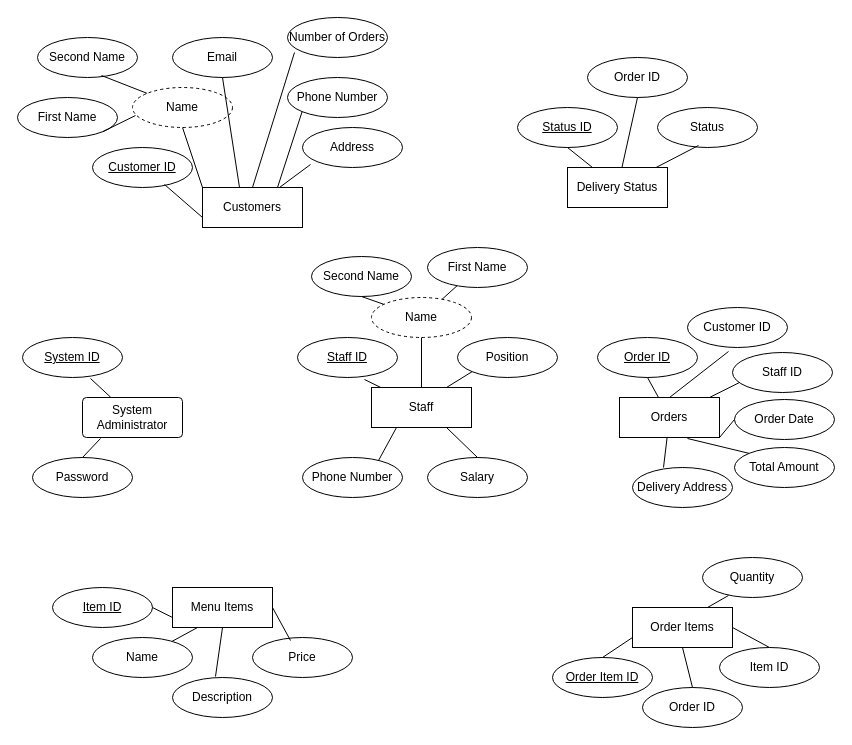
Above: ER3.drawio in RitabrataDas343/Draw-ER (draw.io), before the change. Source tidied: cells renumbered, new cells numbered last; positions are measured from the earlier drawing's top-left corner, leaving out a move shared by most shapes. Both pictures are drawn from the tidied source at 100%, with x=0, y=0 at pixel (17, 17).
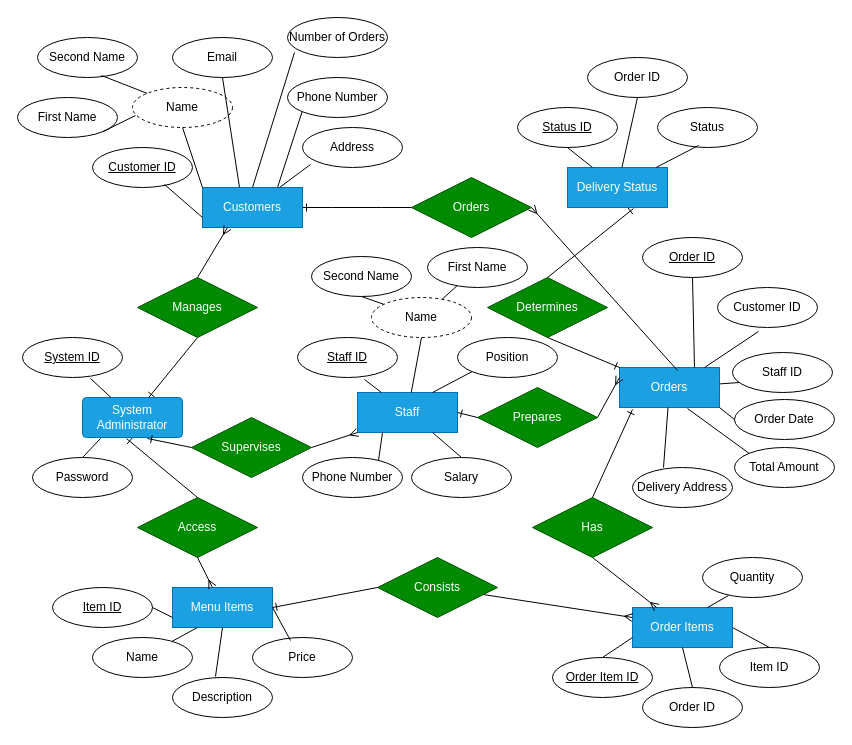
The same page after the edit.

What changed in the source:
```diff
@@
-    <mxCell id="2" value="Customers" style="whiteSpace=wrap;html=1;align=center;" parent="1" vertex="1">
+    <mxCell id="2" value="Customers" style="whiteSpace=wrap;html=1;align=center;fillColor=#1ba1e2;fontColor=#ffffff;strokeColor=#006EAF;" parent="1" vertex="1">
       <mxGeometry x="185" y="170" width="100" height="40" as="geometry" />
     </mxCell>
-    <mxCell id="3" value="System Administrator" style="rounded=1;arcSize=10;whiteSpace=wrap;html=1;align=center;" parent="1" vertex="1">
+    <mxCell id="3" value="System Administrator" style="rounded=1;arcSize=10;whiteSpace=wrap;html=1;align=center;fillColor=#1ba1e2;fontColor=#ffffff;strokeColor=#006EAF;" parent="1" vertex="1">
       <mxGeometry x="65" y="380" width="100" height="40" as="geometry" />
     </mxCell>
@@
-    <mxCell id="5" value="Menu Items" style="whiteSpace=wrap;html=1;align=center;" parent="1" vertex="1">
+    <mxCell id="5" value="Menu Items" style="whiteSpace=wrap;html=1;align=center;fillColor=#1ba1e2;fontColor=#ffffff;strokeColor=#006EAF;" parent="1" vertex="1">
       <mxGeometry x="155" y="570" width="100" height="40" as="geometry" />
     </mxCell>
-    <mxCell id="6" value="Staff" style="whiteSpace=wrap;html=1;align=center;" parent="1" vertex="1">
-      <mxGeometry x="354" y="370" width="100" height="40" as="geometry" />
+    <mxCell id="6" value="Staff" style="whiteSpace=wrap;html=1;align=center;fillColor=#1ba1e2;fontColor=#ffffff;strokeColor=#006EAF;" parent="1" vertex="1">
+      <mxGeometry x="340" y="375" width="100" height="40" as="geometry" />
     </mxCell>
-    <mxCell id="7" value="Orders" style="whiteSpace=wrap;html=1;align=center;" parent="1" vertex="1">
-      <mxGeometry x="602" y="380" width="100" height="40" as="geometry" />
+    <mxCell id="7" value="Orders" style="whiteSpace=wrap;html=1;align=center;fillColor=#1ba1e2;fontColor=#ffffff;strokeColor=#006EAF;" parent="1" vertex="1">
+      <mxGeometry x="602" y="350" width="100" height="40" as="geometry" />
     </mxCell>
-    <mxCell id="8" value="Delivery Status" style="whiteSpace=wrap;html=1;align=center;" parent="1" vertex="1">
+    <mxCell id="8" value="Delivery Status" style="whiteSpace=wrap;html=1;align=center;fillColor=#1ba1e2;fontColor=#ffffff;strokeColor=#006EAF;" parent="1" vertex="1">
       <mxGeometry x="550" y="150" width="100" height="40" as="geometry" />
     </mxCell>
-    <mxCell id="9" value="Order Items" style="whiteSpace=wrap;html=1;align=center;" parent="1" vertex="1">
+    <mxCell id="9" value="Order Items" style="whiteSpace=wrap;html=1;align=center;fillColor=#1ba1e2;fontColor=#ffffff;strokeColor=#006EAF;" parent="1" vertex="1">
       <mxGeometry x="615" y="590" width="100" height="40" as="geometry" />
     </mxCell>
@@
     <mxCell id="52" value="Order ID" style="ellipse;whiteSpace=wrap;html=1;align=center;fontStyle=4;" parent="1" vertex="1">
-      <mxGeometry x="580" y="320" width="100" height="40" as="geometry" />
+      <mxGeometry x="625" y="220" width="100" height="40" as="geometry" />
     </mxCell>
     <mxCell id="53" value="Customer ID" style="ellipse;whiteSpace=wrap;html=1;align=center;" parent="1" vertex="1">
-      <mxGeometry x="670" y="290" width="100" height="40" as="geometry" />
+      <mxGeometry x="700" y="270" width="100" height="40" as="geometry" />
     </mxCell>
@@
-    <mxCell id="58" style="endArrow=none;html=1;rounded=0;entryX=0.5;entryY=1;entryDx=0;entryDy=0;" parent="1" edge="1" source="7" target="52">
+    <mxCell id="58" style="endArrow=none;html=1;rounded=0;entryX=0.5;entryY=1;entryDx=0;entryDy=0;exitX=0.75;exitY=0;exitDx=0;exitDy=0;" parent="1" edge="1" source="7" target="52">
       <mxGeometry relative="1" as="geometry" />
     </mxCell>
-    <mxCell id="59" style="endArrow=none;html=1;rounded=0;entryX=0.41;entryY=1.1;entryDx=0;entryDy=0;entryPerimeter=0;exitX=0.5;exitY=0;exitDx=0;exitDy=0;" parent="1" edge="1" source="7" target="53">
+    <mxCell id="59" style="endArrow=none;html=1;rounded=0;entryX=0.41;entryY=1.1;entryDx=0;entryDy=0;entryPerimeter=0;exitX=0.85;exitY=0;exitDx=0;exitDy=0;exitPerimeter=0;" parent="1" edge="1" source="7" target="53">
       <mxGeometry relative="1" as="geometry" />
     </mxCell>
@@
     <mxCell id="70" value="Salary" style="ellipse;whiteSpace=wrap;html=1;align=center;" parent="1" vertex="1">
-      <mxGeometry x="410" y="440" width="100" height="40" as="geometry" />
+      <mxGeometry x="394" y="440" width="100" height="40" as="geometry" />
     </mxCell>
@@
+    <mxCell id="78" value="Manages" style="shape=rhombus;perimeter=rhombusPerimeter;whiteSpace=wrap;html=1;align=center;fillColor=#008a00;fontColor=#ffffff;strokeColor=#005700;" parent="1" vertex="1">
+      <mxGeometry x="120" y="260" width="120" height="60" as="geometry" />
+    </mxCell>
+    <mxCell id="79" style="fontSize=12;html=1;endArrow=ERone;endFill=1;rounded=0;exitX=0.5;exitY=1;exitDx=0;exitDy=0;" parent="1" edge="1" source="78" target="3">
+      <mxGeometry relative="1" as="geometry" />
+    </mxCell>
+    <mxCell id="80" style="fontSize=12;html=1;endArrow=ERmany;rounded=0;exitX=0.5;exitY=0;exitDx=0;exitDy=0;entryX=0.25;entryY=1;entryDx=0;entryDy=0;" parent="1" edge="1" source="78" target="2">
+      <mxGeometry relative="1" as="geometry" />
+    </mxCell>
+    <mxCell id="81" value="Supervises" style="shape=rhombus;perimeter=rhombusPerimeter;whiteSpace=wrap;html=1;align=center;fillColor=#008a00;fontColor=#ffffff;strokeColor=#005700;" parent="1" vertex="1">
+      <mxGeometry x="174" y="400" width="120" height="60" as="geometry" />
+    </mxCell>
+    <mxCell id="82" style="fontSize=12;html=1;endArrow=ERone;endFill=1;rounded=0;exitX=0;exitY=0.5;exitDx=0;exitDy=0;entryX=0.65;entryY=1.025;entryDx=0;entryDy=0;entryPerimeter=0;" parent="1" edge="1" source="81" target="3">
+      <mxGeometry relative="1" as="geometry" />
+    </mxCell>
+    <mxCell id="83" style="fontSize=12;html=1;endArrow=ERmany;rounded=0;exitX=1;exitY=0.5;exitDx=0;exitDy=0;entryX=0;entryY=1;entryDx=0;entryDy=0;" parent="1" edge="1" source="81" target="6">
+      <mxGeometry relative="1" as="geometry" />
+    </mxCell>
+    <mxCell id="84" value="Access" style="shape=rhombus;perimeter=rhombusPerimeter;whiteSpace=wrap;html=1;align=center;fillColor=#008a00;fontColor=#ffffff;strokeColor=#005700;" parent="1" vertex="1">
+      <mxGeometry x="120" y="480" width="120" height="60" as="geometry" />
+    </mxCell>
+    <mxCell id="85" style="fontSize=12;html=1;endArrow=ERone;endFill=1;rounded=0;exitX=0.5;exitY=0;exitDx=0;exitDy=0;entryX=0.44;entryY=1.025;entryDx=0;entryDy=0;entryPerimeter=0;" parent="1" edge="1" source="84" target="3">
+      <mxGeometry relative="1" as="geometry" />
+    </mxCell>
+    <mxCell id="86" style="fontSize=12;html=1;endArrow=ERmany;rounded=0;exitX=0.5;exitY=1;exitDx=0;exitDy=0;" parent="1" edge="1" source="84" target="5">
+      <mxGeometry relative="1" as="geometry" />
+    </mxCell>
+    <mxCell id="87" value="Consists" style="shape=rhombus;perimeter=rhombusPerimeter;whiteSpace=wrap;html=1;align=center;fillColor=#008a00;fontColor=#ffffff;strokeColor=#005700;" parent="1" vertex="1">
+      <mxGeometry x="360" y="540" width="120" height="60" as="geometry" />
+    </mxCell>
+    <mxCell id="88" style="fontSize=12;html=1;endArrow=ERone;endFill=1;rounded=0;exitX=0;exitY=0.5;exitDx=0;exitDy=0;entryX=1;entryY=0.5;entryDx=0;entryDy=0;" parent="1" edge="1" source="87" target="5">
+      <mxGeometry relative="1" as="geometry" />
+    </mxCell>
+    <mxCell id="89" style="fontSize=12;html=1;endArrow=ERmany;rounded=0;entryX=0;entryY=0.25;entryDx=0;entryDy=0;" parent="1" edge="1" source="87" target="9">
+      <mxGeometry relative="1" as="geometry" />
+    </mxCell>
+    <mxCell id="90" value="Prepares" style="shape=rhombus;perimeter=rhombusPerimeter;whiteSpace=wrap;html=1;align=center;fillColor=#008a00;fontColor=#ffffff;strokeColor=#005700;" parent="1" vertex="1">
+      <mxGeometry x="460" y="370" width="120" height="60" as="geometry" />
+    </mxCell>
+    <mxCell id="91" style="fontSize=12;html=1;endArrow=ERone;endFill=1;rounded=0;exitX=0;exitY=0.5;exitDx=0;exitDy=0;entryX=1;entryY=0.5;entryDx=0;entryDy=0;" parent="1" edge="1" source="90" target="6">
+      <mxGeometry relative="1" as="geometry" />
+    </mxCell>
+    <mxCell id="92" style="fontSize=12;html=1;endArrow=ERmany;rounded=0;exitX=1;exitY=0.5;exitDx=0;exitDy=0;entryX=0;entryY=0.25;entryDx=0;entryDy=0;" parent="1" edge="1" source="90" target="7">
+      <mxGeometry relative="1" as="geometry" />
+    </mxCell>
+    <mxCell id="93" value="Has" style="shape=rhombus;perimeter=rhombusPerimeter;whiteSpace=wrap;html=1;align=center;fillColor=#008a00;fontColor=#ffffff;strokeColor=#005700;" parent="1" vertex="1">
+      <mxGeometry x="515" y="480" width="120" height="60" as="geometry" />
+    </mxCell>
+    <mxCell id="94" style="fontSize=12;html=1;endArrow=ERone;endFill=1;rounded=0;exitX=0.5;exitY=0;exitDx=0;exitDy=0;entryX=0.13;entryY=1.05;entryDx=0;entryDy=0;entryPerimeter=0;" parent="1" edge="1" source="93" target="7">
+      <mxGeometry relative="1" as="geometry" />
+    </mxCell>
+    <mxCell id="95" style="fontSize=12;html=1;endArrow=ERmany;rounded=0;exitX=0.5;exitY=1;exitDx=0;exitDy=0;" parent="1" edge="1" source="93" target="9">
+      <mxGeometry relative="1" as="geometry" />
+    </mxCell>
+    <mxCell id="96" value="Determines" style="shape=rhombus;perimeter=rhombusPerimeter;whiteSpace=wrap;html=1;align=center;fillColor=#008a00;fontColor=#ffffff;strokeColor=#005700;" parent="1" vertex="1">
+      <mxGeometry x="470" y="260" width="120" height="60" as="geometry" />
+    </mxCell>
+    <mxCell id="97" style="fontSize=12;html=1;endArrow=ERone;endFill=1;rounded=0;entryX=0.66;entryY=1.025;entryDx=0;entryDy=0;entryPerimeter=0;exitX=0.5;exitY=0;exitDx=0;exitDy=0;" parent="1" edge="1" source="96" target="8">
+      <mxGeometry relative="1" as="geometry" />
+    </mxCell>
+    <mxCell id="98" style="fontSize=12;html=1;endArrow=ERone;endFill=1;rounded=0;exitX=0.5;exitY=1;exitDx=0;exitDy=0;entryX=0;entryY=0;entryDx=0;entryDy=0;" parent="1" edge="1" source="96" target="7">
+      <mxGeometry relative="1" as="geometry" />
+    </mxCell>
+    <mxCell id="99" value="Orders" style="shape=rhombus;perimeter=rhombusPerimeter;whiteSpace=wrap;html=1;align=center;fillColor=#008a00;fontColor=#ffffff;strokeColor=#005700;" parent="1" vertex="1">
+      <mxGeometry x="394" y="160" width="120" height="60" as="geometry" />
+    </mxCell>
+    <mxCell id="100" style="edgeStyle=entityRelationEdgeStyle;fontSize=12;html=1;endArrow=ERone;endFill=1;rounded=0;exitX=0;exitY=0.5;exitDx=0;exitDy=0;entryX=1;entryY=0.5;entryDx=0;entryDy=0;" parent="1" edge="1" source="99" target="2">
+      <mxGeometry relative="1" as="geometry" />
+    </mxCell>
+    <mxCell id="101" style="fontSize=12;html=1;endArrow=ERmany;rounded=0;entryX=1;entryY=0.5;entryDx=0;entryDy=0;exitX=0.58;exitY=0.075;exitDx=0;exitDy=0;exitPerimeter=0;" parent="1" edge="1" source="7" target="99">
+      <mxGeometry relative="1" as="geometry" />
+    </mxCell>
```
